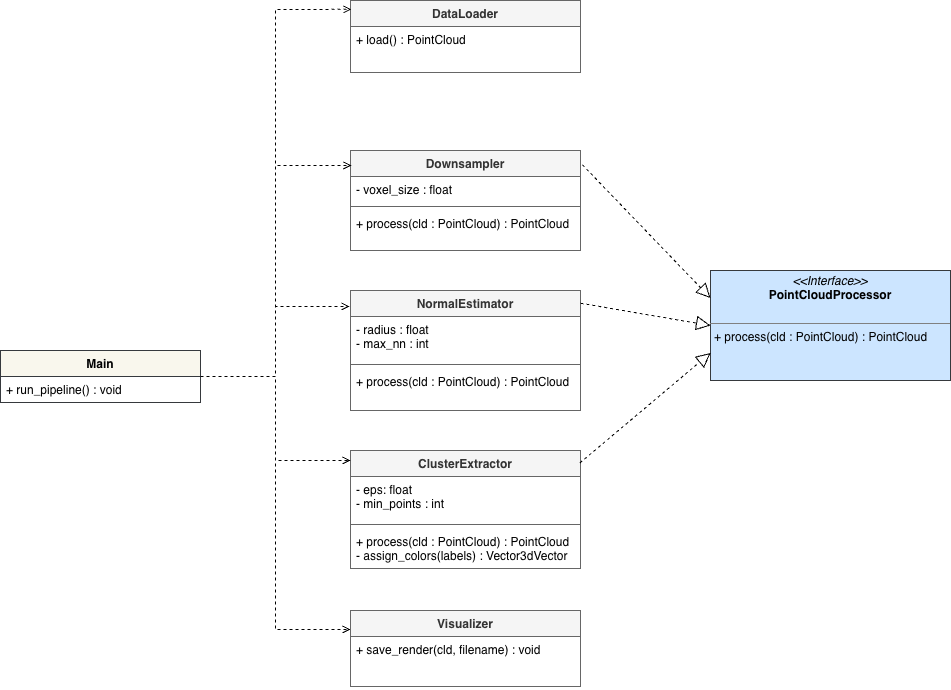
This is PointCloudProcessing.drawio.png from esvar2004/augmentus_pointcloud, a draw.io export, as it was before one commit. Source tidied: cells renumbered, new cells last; positions are measured from the earlier drawing's top-left corner, leaving out a move shared by most shapes.
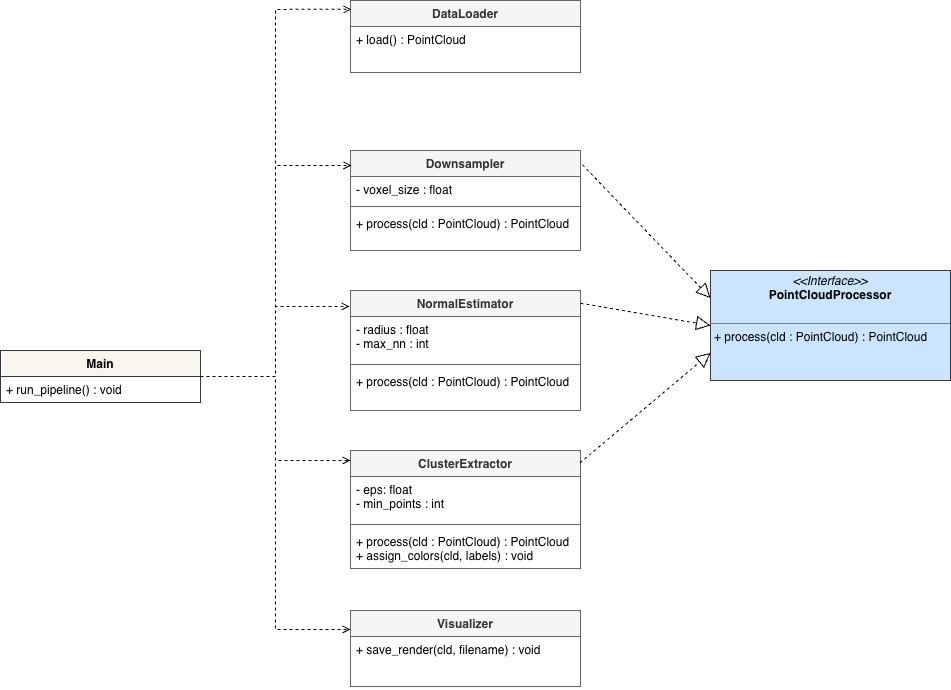
The same file after the commit.

What changed in the source:
```diff
@@ -53,7 +53,7 @@
     <mxCell id="18" style="line;strokeWidth=1;fillColor=none;align=left;verticalAlign=middle;spacingTop=-1;spacingLeft=3;spacingRight=3;labelPosition=right;strokeColor=inherit;" parent="16" vertex="1">
       <mxGeometry y="70" width="230" height="8" as="geometry" />
     </mxCell>
-    <mxCell id="19" value="+ process(cld : PointCloud) : PointCloud&lt;div&gt;- assign_colors(labels) : Vector3dVector&lt;/div&gt;" style="text;strokeColor=none;fillColor=none;align=left;verticalAlign=top;spacingLeft=4;spacingRight=4;overflow=hidden;whiteSpace=wrap;html=1;" parent="16" vertex="1">
+    <mxCell id="19" value="+ process(cld : PointCloud) : PointCloud&lt;div&gt;+ assign_colors(cld, labels) : void&lt;/div&gt;" style="text;strokeColor=none;fillColor=none;align=left;verticalAlign=top;spacingLeft=4;spacingRight=4;overflow=hidden;whiteSpace=wrap;html=1;" parent="16" vertex="1">
       <mxGeometry y="78" width="230" height="40" as="geometry" />
     </mxCell>
     <mxCell id="20" value="Visualizer" style="swimlane;fontStyle=1;align=center;verticalAlign=top;horizontal=1;startSize=26;whiteSpace=wrap;html=1;fillColor=#f5f5f5;fontColor=#333333;strokeColor=#666666;" parent="1" vertex="1">
```
